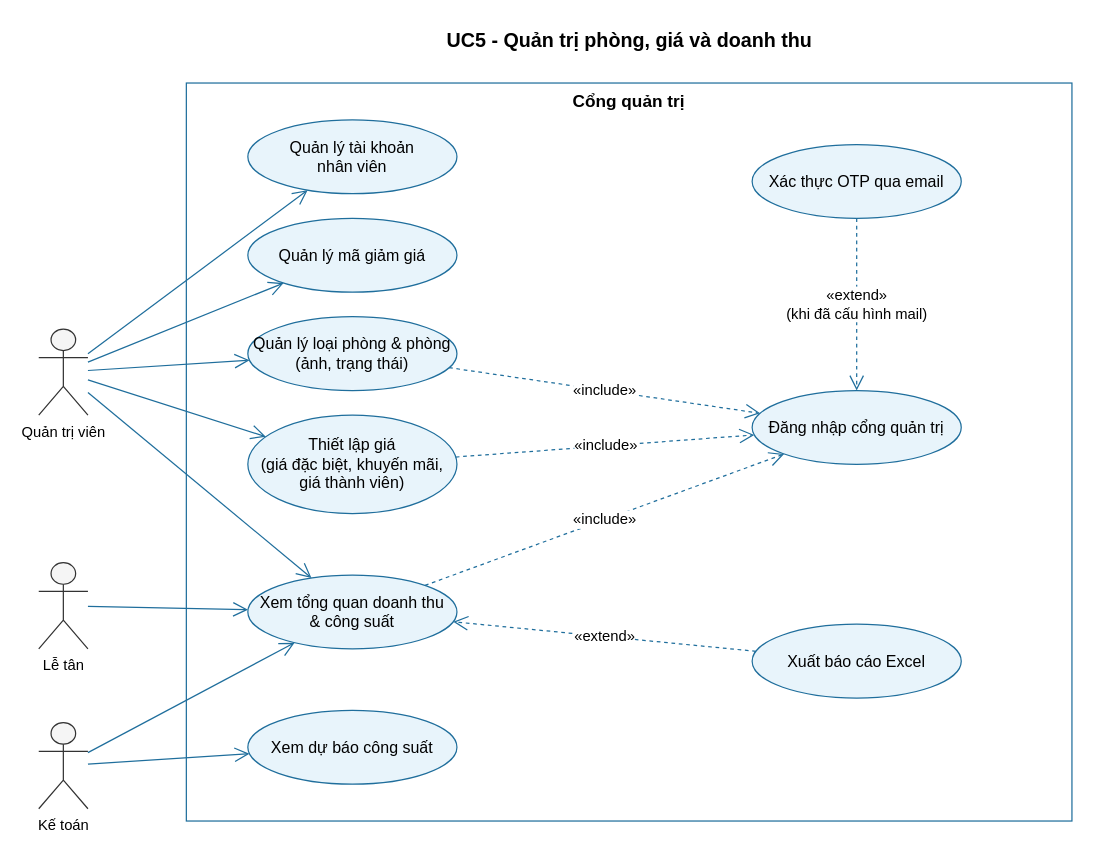
The draw.io diagram docs/use-case/uc5-quan-tri-phong-gia.drawio in ngynquchn2511/beach-hotel, before the edit. Source tidied: cells renumbered, new cells numbered last; positions are measured from the earlier drawing's top-left corner, leaving out a move shared by most shapes. Both pictures are drawn from the tidied source at 123%, with x=0, y=0 at pixel (38, 21).
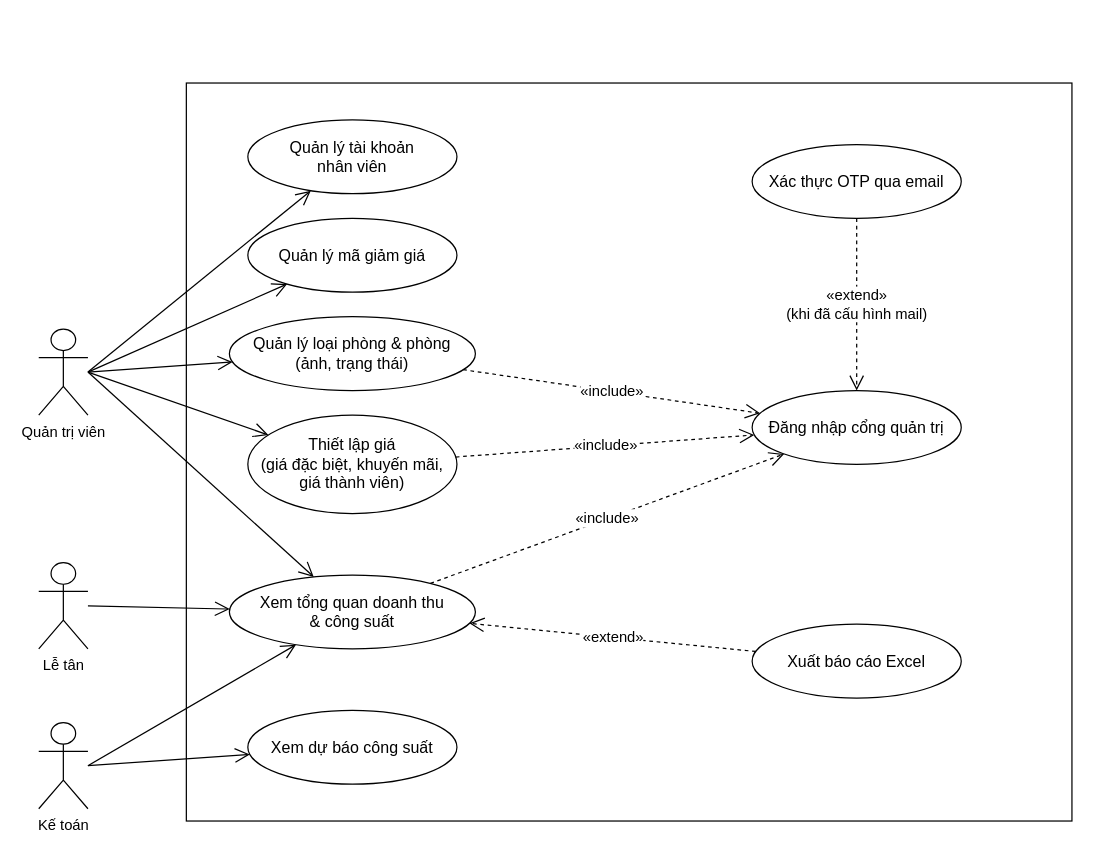
After the change.

What changed in the source:
```diff
@@
-    <mxCell id="2" value="UC5 - Quản trị phòng, giá và doanh thu" style="text;html=1;align=center;verticalAlign=middle;fontStyle=1;fontSize=16;" parent="1" vertex="1">
-      <mxGeometry x="120" width="720" height="30" as="geometry" />
-    </mxCell>
-    <mxCell id="3" value="Cổng quản trị" style="rounded=0;whiteSpace=wrap;html=1;verticalAlign=top;fontStyle=1;fontSize=14;fillColor=none;strokeColor=#1F6E9C;" parent="1" vertex="1">
+    <mxCell id="3" style="rounded=0;whiteSpace=wrap;html=1;verticalAlign=top;fontStyle=1;fontSize=14;fillColor=none;strokeColor=#000000;" parent="1" vertex="1">
       <mxGeometry x="120" y="50" width="720" height="600" as="geometry" />
     </mxCell>
-    <mxCell id="4" value="Quản trị viên" style="shape=umlActor;verticalLabelPosition=bottom;verticalAlign=top;html=1;outlineConnect=0;fillColor=#F5F5F5;strokeColor=#333333;" parent="1" vertex="1">
+    <mxCell id="4" value="Quản trị viên" style="shape=umlActor;verticalLabelPosition=bottom;verticalAlign=top;html=1;outlineConnect=0;fillColor=#FFFFFF;strokeColor=#000000;" parent="1" vertex="1">
       <mxGeometry y="250" width="40" height="70" as="geometry" />
     </mxCell>
-    <mxCell id="5" value="Lễ tân" style="shape=umlActor;verticalLabelPosition=bottom;verticalAlign=top;html=1;outlineConnect=0;fillColor=#F5F5F5;strokeColor=#333333;" parent="1" vertex="1">
+    <mxCell id="5" value="Lễ tân" style="shape=umlActor;verticalLabelPosition=bottom;verticalAlign=top;html=1;outlineConnect=0;fillColor=#FFFFFF;strokeColor=#000000;" parent="1" vertex="1">
       <mxGeometry y="440" width="40" height="70" as="geometry" />
     </mxCell>
-    <mxCell id="6" value="Kế toán" style="shape=umlActor;verticalLabelPosition=bottom;verticalAlign=top;html=1;outlineConnect=0;fillColor=#F5F5F5;strokeColor=#333333;" parent="1" vertex="1">
+    <mxCell id="6" value="Kế toán" style="shape=umlActor;verticalLabelPosition=bottom;verticalAlign=top;html=1;outlineConnect=0;fillColor=#FFFFFF;strokeColor=#000000;" parent="1" vertex="1">
       <mxGeometry y="570" width="40" height="70" as="geometry" />
     </mxCell>
-    <mxCell id="7" value="Quản lý tài khoản&lt;br&gt;nhân viên" style="ellipse;whiteSpace=wrap;html=1;fillColor=#E8F4FB;strokeColor=#1F6E9C;fontSize=13;" parent="3" vertex="1">
+    <mxCell id="7" value="Quản lý tài khoản&lt;br&gt;nhân viên" style="ellipse;whiteSpace=wrap;html=1;fillColor=#FFFFFF;strokeColor=#000000;fontSize=13;" parent="3" vertex="1">
       <mxGeometry x="50" y="30" width="170" height="60" as="geometry" />
     </mxCell>
-    <mxCell id="8" value="Quản lý mã giảm giá" style="ellipse;whiteSpace=wrap;html=1;fillColor=#E8F4FB;strokeColor=#1F6E9C;fontSize=13;" parent="3" vertex="1">
+    <mxCell id="8" value="Quản lý mã giảm giá" style="ellipse;whiteSpace=wrap;html=1;fillColor=#FFFFFF;strokeColor=#000000;fontSize=13;" parent="3" vertex="1">
       <mxGeometry x="50" y="110" width="170" height="60" as="geometry" />
     </mxCell>
-    <mxCell id="9" value="Quản lý loại phòng &amp;amp; phòng&lt;br&gt;(ảnh, trạng thái)" style="ellipse;whiteSpace=wrap;html=1;fillColor=#E8F4FB;strokeColor=#1F6E9C;fontSize=13;" parent="3" vertex="1">
-      <mxGeometry x="50" y="190" width="170" height="60" as="geometry" />
+    <mxCell id="9" value="Quản lý loại phòng &amp;amp; phòng&lt;br&gt;(ảnh, trạng thái)" style="ellipse;whiteSpace=wrap;html=1;fillColor=#FFFFFF;strokeColor=#000000;fontSize=13;" parent="3" vertex="1">
+      <mxGeometry x="35" y="190" width="200" height="60" as="geometry" />
     </mxCell>
-    <mxCell id="10" value="Thiết lập giá&lt;br&gt;(giá đặc biệt, khuyến mãi,&lt;br&gt;giá thành viên)" style="ellipse;whiteSpace=wrap;html=1;fillColor=#E8F4FB;strokeColor=#1F6E9C;fontSize=13;" parent="3" vertex="1">
+    <mxCell id="10" value="Thiết lập giá&lt;br&gt;(giá đặc biệt, khuyến mãi,&lt;br&gt;giá thành viên)" style="ellipse;whiteSpace=wrap;html=1;fillColor=#FFFFFF;strokeColor=#000000;fontSize=13;" parent="3" vertex="1">
       <mxGeometry x="50" y="270" width="170" height="80" as="geometry" />
     </mxCell>
-    <mxCell id="11" value="Xem tổng quan doanh thu&lt;br&gt;&amp;amp; công suất" style="ellipse;whiteSpace=wrap;html=1;fillColor=#E8F4FB;strokeColor=#1F6E9C;fontSize=13;" parent="3" vertex="1">
-      <mxGeometry x="50" y="400" width="170" height="60" as="geometry" />
+    <mxCell id="11" value="Xem tổng quan doanh thu&lt;br&gt;&amp;amp; công suất" style="ellipse;whiteSpace=wrap;html=1;fillColor=#FFFFFF;strokeColor=#000000;fontSize=13;" parent="3" vertex="1">
+      <mxGeometry x="35" y="400" width="200" height="60" as="geometry" />
     </mxCell>
-    <mxCell id="12" value="Xem dự báo công suất" style="ellipse;whiteSpace=wrap;html=1;fillColor=#E8F4FB;strokeColor=#1F6E9C;fontSize=13;" parent="3" vertex="1">
+    <mxCell id="12" value="Xem dự báo công suất" style="ellipse;whiteSpace=wrap;html=1;fillColor=#FFFFFF;strokeColor=#000000;fontSize=13;" parent="3" vertex="1">
       <mxGeometry x="50" y="510" width="170" height="60" as="geometry" />
     </mxCell>
-    <mxCell id="13" value="Xác thực OTP qua email" style="ellipse;whiteSpace=wrap;html=1;fillColor=#E8F4FB;strokeColor=#1F6E9C;fontSize=13;" parent="3" vertex="1">
+    <mxCell id="13" value="Xác thực OTP qua email" style="ellipse;whiteSpace=wrap;html=1;fillColor=#FFFFFF;strokeColor=#000000;fontSize=13;" parent="3" vertex="1">
       <mxGeometry x="460" y="50" width="170" height="60" as="geometry" />
     </mxCell>
-    <mxCell id="14" value="Đăng nhập cổng quản trị" style="ellipse;whiteSpace=wrap;html=1;fillColor=#E8F4FB;strokeColor=#1F6E9C;fontSize=13;" parent="3" vertex="1">
+    <mxCell id="14" value="Đăng nhập cổng quản trị" style="ellipse;whiteSpace=wrap;html=1;fillColor=#FFFFFF;strokeColor=#000000;fontSize=13;" parent="3" vertex="1">
       <mxGeometry x="460" y="250" width="170" height="60" as="geometry" />
     </mxCell>
-    <mxCell id="15" value="Xuất báo cáo Excel" style="ellipse;whiteSpace=wrap;html=1;fillColor=#E8F4FB;strokeColor=#1F6E9C;fontSize=13;" parent="3" vertex="1">
+    <mxCell id="15" value="Xuất báo cáo Excel" style="ellipse;whiteSpace=wrap;html=1;fillColor=#FFFFFF;strokeColor=#000000;fontSize=13;" parent="3" vertex="1">
       <mxGeometry x="460" y="440" width="170" height="60" as="geometry" />
     </mxCell>
-    <mxCell id="16" style="endArrow=open;endSize=10;html=1;strokeColor=#1F6E9C;" parent="1" edge="1" source="4" target="7">
+    <mxCell id="16" style="endArrow=open;endSize=10;html=1;strokeColor=#000000;exitX=1;exitY=0.5;exitPerimeter=0;" parent="1" edge="1" source="4" target="7">
       <mxGeometry relative="1" as="geometry" />
     </mxCell>
-    <mxCell id="17" style="endArrow=open;endSize=10;html=1;strokeColor=#1F6E9C;" parent="1" edge="1" source="4" target="8">
+    <mxCell id="17" style="endArrow=open;endSize=10;html=1;strokeColor=#000000;exitX=1;exitY=0.5;exitPerimeter=0;" parent="1" edge="1" source="4" target="8">
       <mxGeometry relative="1" as="geometry" />
     </mxCell>
-    <mxCell id="18" style="endArrow=open;endSize=10;html=1;strokeColor=#1F6E9C;" parent="1" edge="1" source="4" target="9">
+    <mxCell id="18" style="endArrow=open;endSize=10;html=1;strokeColor=#000000;exitX=1;exitY=0.5;exitPerimeter=0;" parent="1" edge="1" source="4" target="9">
       <mxGeometry relative="1" as="geometry" />
     </mxCell>
-    <mxCell id="19" style="endArrow=open;endSize=10;html=1;strokeColor=#1F6E9C;" parent="1" edge="1" source="4" target="10">
+    <mxCell id="19" style="endArrow=open;endSize=10;html=1;strokeColor=#000000;exitX=1;exitY=0.5;exitPerimeter=0;" parent="1" edge="1" source="4" target="10">
       <mxGeometry relative="1" as="geometry" />
     </mxCell>
-    <mxCell id="20" style="endArrow=open;endSize=10;html=1;strokeColor=#1F6E9C;" parent="1" edge="1" source="4" target="11">
+    <mxCell id="20" style="endArrow=open;endSize=10;html=1;strokeColor=#000000;exitX=1;exitY=0.5;exitPerimeter=0;" parent="1" edge="1" source="4" target="11">
       <mxGeometry relative="1" as="geometry" />
     </mxCell>
-    <mxCell id="21" style="endArrow=open;endSize=10;html=1;strokeColor=#1F6E9C;" parent="1" edge="1" source="5" target="11">
+    <mxCell id="21" style="endArrow=open;endSize=10;html=1;strokeColor=#000000;exitX=1;exitY=0.5;exitPerimeter=0;" parent="1" edge="1" source="5" target="11">
       <mxGeometry relative="1" as="geometry" />
     </mxCell>
-    <mxCell id="22" style="endArrow=open;endSize=10;html=1;strokeColor=#1F6E9C;" parent="1" edge="1" source="6" target="11">
+    <mxCell id="22" style="endArrow=open;endSize=10;html=1;strokeColor=#000000;exitX=1;exitY=0.5;exitPerimeter=0;" parent="1" edge="1" source="6" target="11">
       <mxGeometry relative="1" as="geometry" />
     </mxCell>
-    <mxCell id="23" style="endArrow=open;endSize=10;html=1;strokeColor=#1F6E9C;" parent="1" edge="1" source="6" target="12">
+    <mxCell id="23" style="endArrow=open;endSize=10;html=1;strokeColor=#000000;exitX=1;exitY=0.5;exitPerimeter=0;" parent="1" edge="1" source="6" target="12">
       <mxGeometry relative="1" as="geometry" />
     </mxCell>
-    <mxCell id="24" value="«include»" style="endArrow=open;endSize=10;dashed=1;html=1;strokeColor=#1F6E9C;fontSize=12;labelBackgroundColor=#FFFFFF;" parent="1" edge="1" source="9" target="14">
+    <mxCell id="24" value="«include»" style="endArrow=open;endSize=10;dashed=1;html=1;strokeColor=#000000;fontSize=12;labelBackgroundColor=#FFFFFF;" parent="1" edge="1" source="9" target="14">
       <mxGeometry relative="1" as="geometry" />
     </mxCell>
-    <mxCell id="25" value="«include»" style="endArrow=open;endSize=10;dashed=1;html=1;strokeColor=#1F6E9C;fontSize=12;labelBackgroundColor=#FFFFFF;" parent="1" edge="1" source="10" target="14">
+    <mxCell id="25" value="«include»" style="endArrow=open;endSize=10;dashed=1;html=1;strokeColor=#000000;fontSize=12;labelBackgroundColor=#FFFFFF;" parent="1" edge="1" source="10" target="14">
       <mxGeometry relative="1" as="geometry" />
     </mxCell>
-    <mxCell id="26" value="«include»" style="endArrow=open;endSize=10;dashed=1;html=1;strokeColor=#1F6E9C;fontSize=12;labelBackgroundColor=#FFFFFF;" parent="1" edge="1" source="11" target="14">
+    <mxCell id="26" value="«include»" style="endArrow=open;endSize=10;dashed=1;html=1;strokeColor=#000000;fontSize=12;labelBackgroundColor=#FFFFFF;" parent="1" edge="1" source="11" target="14">
       <mxGeometry relative="1" as="geometry" />
     </mxCell>
-    <mxCell id="27" value="«extend»&lt;br&gt;(khi đã cấu hình mail)" style="endArrow=open;endSize=10;dashed=1;html=1;strokeColor=#1F6E9C;fontSize=12;labelBackgroundColor=#FFFFFF;" parent="1" edge="1" source="13" target="14">
+    <mxCell id="27" value="«extend»&lt;br&gt;(khi đã cấu hình mail)" style="endArrow=open;endSize=10;dashed=1;html=1;strokeColor=#000000;fontSize=12;labelBackgroundColor=#FFFFFF;" parent="1" edge="1" source="13" target="14">
       <mxGeometry relative="1" as="geometry" />
     </mxCell>
-    <mxCell id="28" value="«extend»" style="endArrow=open;endSize=10;dashed=1;html=1;strokeColor=#1F6E9C;fontSize=12;labelBackgroundColor=#FFFFFF;" parent="1" edge="1" source="15" target="11">
+    <mxCell id="28" value="«extend»" style="endArrow=open;endSize=10;dashed=1;html=1;strokeColor=#000000;fontSize=12;labelBackgroundColor=#FFFFFF;" parent="1" edge="1" source="15" target="11">
       <mxGeometry relative="1" as="geometry" />
     </mxCell>
```
